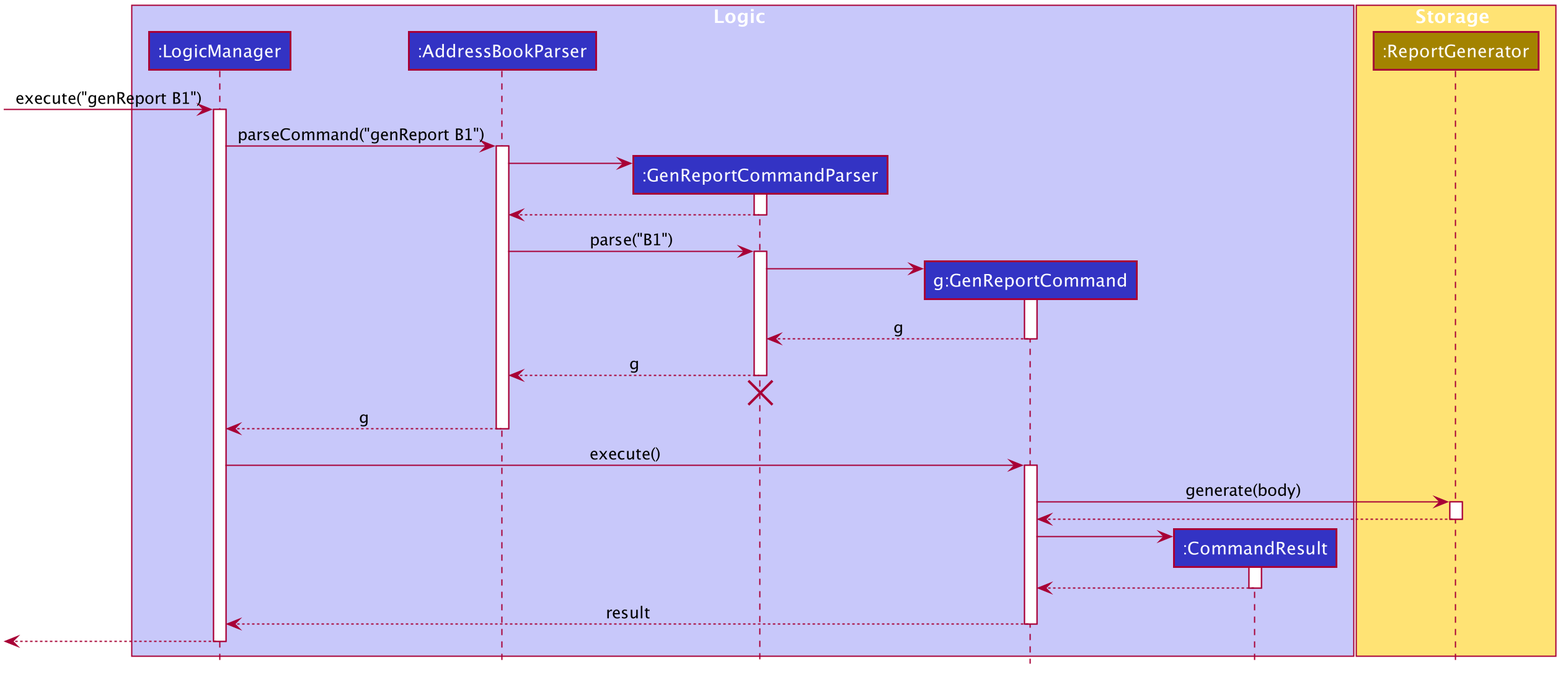
Above: images/GenReportSequenceDiagram.png in AY1920S1-CS2103T-T13-2/main (PlantUML), before the change. Its diagram source:
```plantuml
@startuml








skinparam BackgroundColor #FFFFFFF

skinparam Shadowing false

skinparam Class {
    FontColor #FFFFFF
    BorderThickness 1
    BorderColor #FFFFFF
    StereotypeFontColor #FFFFFF
    FontName Arial
}

skinparam Actor {
    BorderColor #000000
    Color #000000
    FontName Arial
}

skinparam Sequence {
    MessageAlign center
    BoxFontSize 15
    BoxPadding 0
    BoxFontColor #FFFFFF
    FontName Arial
}

skinparam Participant {
    FontColor #FFFFFFF
    Padding 20
}

skinparam MinClassWidth 50
skinparam ParticipantPadding 10
skinparam Shadowing false
skinparam DefaultTextAlignment center
skinparam packageStyle Rectangle

hide footbox
hide members
hide circle

box Logic #C8C8FA
participant ":LogicManager" as LogicManager #3333C4
participant ":AddressBookParser" as AddressBookParser #3333C4
participant ":GenReportCommandParser" as GenReportCommandParser #3333C4
participant "g:GenReportCommand" as GenReportCommand #3333C4
participant ":CommandResult" as CommandResult #3333C4
end box

box Storage #FFE374
participant ":ReportGenerator" as Storage #A38300
end box

[-> LogicManager : execute("genReport B1")
activate LogicManager

LogicManager -> AddressBookParser : parseCommand("genReport B1")
activate AddressBookParser

create GenReportCommandParser
AddressBookParser -> GenReportCommandParser
activate GenReportCommandParser

GenReportCommandParser --> AddressBookParser
deactivate GenReportCommandParser

AddressBookParser -> GenReportCommandParser : parse("B1")
activate GenReportCommandParser

create GenReportCommand
GenReportCommandParser -> GenReportCommand
activate GenReportCommand

GenReportCommand --> GenReportCommandParser : g
deactivate GenReportCommand

GenReportCommandParser --> AddressBookParser : g
deactivate GenReportCommandParser
GenReportCommandParser -[hidden]-> AddressBookParser
destroy GenReportCommandParser

AddressBookParser --> LogicManager : g
deactivate AddressBookParser

LogicManager -> GenReportCommand : execute()
activate GenReportCommand

GenReportCommand -> Storage : generate(body)
activate Storage

Storage --> GenReportCommand
deactivate Storage

create CommandResult
GenReportCommand -> CommandResult
activate CommandResult

CommandResult --> GenReportCommand
deactivate CommandResult

GenReportCommand --> LogicManager : result
deactivate GenReportCommand

[<--LogicManager
deactivate LogicManager
@enduml
```
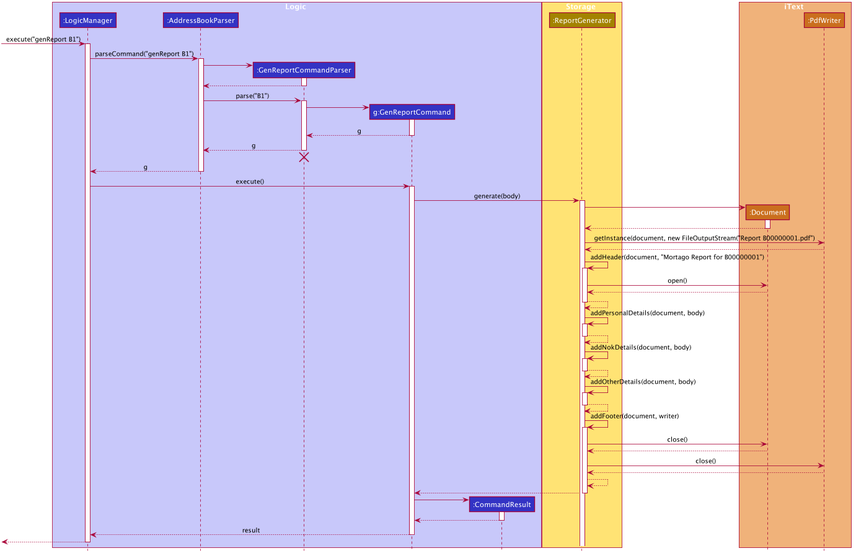
The same file after the commit.

Diff of the diagram source:
```diff
@@ -1,4 +1,5 @@
 @startuml
+
 
 
 
@@ -60,6 +61,11 @@
 participant ":ReportGenerator" as Storage #A38300
 end box
 
+box iText #F0B27A
+participant ":Document" as Document #CA6F1E
+participant ":PdfWriter" as PdfWriter #CA6F1E
+end box
+
 [-> LogicManager : execute("genReport B1")
 activate LogicManager
 
@@ -97,6 +103,45 @@
 GenReportCommand -> Storage : generate(body)
 activate Storage
 
+create Document
+Storage -> Document
+activate Document
+Document --> Storage
+deactivate Document
+
+Storage -> PdfWriter : getInstance(document, new FileOutputStream("Report B00000001.pdf")
+PdfWriter --> Storage
+
+Storage -> Storage : addHeader(document, "Mortago Report for B00000001")
+activate Storage
+Storage -> Document : open()
+Document --> Storage
+Storage --> Storage
+deactivate Storage
+
+Storage -> Storage : addPersonalDetails(document, body)
+activate Storage
+Storage --> Storage
+deactivate Storage
+
+Storage -> Storage : addNokDetails(document, body)
+activate Storage
+Storage --> Storage
+deactivate Storage
+
+Storage -> Storage : addOtherDetails(document, body)
+activate Storage
+Storage --> Storage
+deactivate Storage
+
+Storage -> Storage : addFooter(document, writer)
+activate Storage
+Storage -> Document : close()
+Document --> Storage
+Storage -> PdfWriter : close()
+PdfWriter --> Storage
+Storage --> Storage
+
 Storage --> GenReportCommand
 deactivate Storage
 
```
